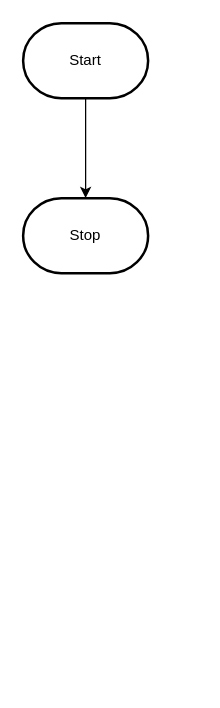
The draw.io diagram design/flowchart.drawio in MTHS-ICD2O-1-2023/ICD2O-Unit-3-03-Adam-Batiuk, before the edit. Source tidied: cells renumbered, new cells numbered last; positions are measured from the earlier drawing's top-left corner, leaving out a move shared by most shapes. Both pictures are drawn from the tidied source at 125%, with x=0, y=0 at pixel (22, 22).
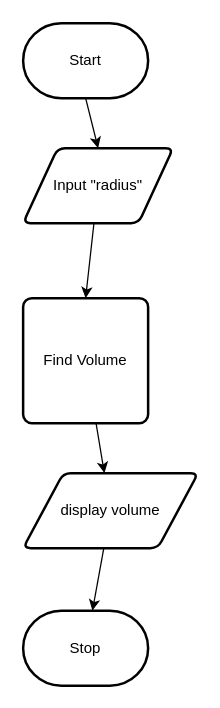
The same diagram, later.

Diff of the diagram source:
```diff
@@
 <mxGraphModel>
   <root>
     <mxCell id="0" />
     <mxCell id="1" parent="0" />
-    <mxCell id="2" style="edgeStyle=orthogonalEdgeStyle;html=1;rounded=0;" parent="1" edge="1" source="3" target="4">
-      <mxGeometry relative="1" as="geometry" />
-    </mxCell>
+    <mxCell id="5" style="edgeStyle=none;html=1;exitX=0.5;exitY=1;exitDx=0;exitDy=0;exitPerimeter=0;entryX=0.5;entryY=0;entryDx=0;entryDy=0;" parent="1" edge="1" source="3" target="7">
+      <mxGeometry relative="1" as="geometry" />
+    </mxCell>
     <mxCell id="3" value="Start" style="strokeWidth=2;html=1;shape=mxgraph.flowchart.terminator;whiteSpace=wrap;" parent="1" vertex="1">
       <mxGeometry width="100" height="60" as="geometry" />
     </mxCell>
     <mxCell id="4" value="Stop" style="strokeWidth=2;html=1;shape=mxgraph.flowchart.terminator;whiteSpace=wrap;" parent="1" vertex="1">
-      <mxGeometry y="140" width="100" height="60" as="geometry" />
+      <mxGeometry y="470" width="100" height="60" as="geometry" />
     </mxCell>
+    <mxCell id="6" style="edgeStyle=none;html=1;entryX=0.5;entryY=0;entryDx=0;entryDy=0;" parent="1" edge="1" source="7" target="9">
+      <mxGeometry relative="1" as="geometry" />
+    </mxCell>
+    <mxCell id="7" value="Input &quot;radius&quot;" style="shape=parallelogram;html=1;strokeWidth=2;perimeter=parallelogramPerimeter;whiteSpace=wrap;rounded=1;arcSize=12;size=0.23;" parent="1" vertex="1">
+      <mxGeometry y="100" width="120" height="60" as="geometry" />
+    </mxCell>
+    <mxCell id="8" style="edgeStyle=none;html=1;" parent="1" edge="1" source="9" target="11">
+      <mxGeometry relative="1" as="geometry" />
+    </mxCell>
+    <mxCell id="9" value="Find Volume" style="rounded=1;whiteSpace=wrap;html=1;absoluteArcSize=1;arcSize=14;strokeWidth=2;" parent="1" vertex="1">
+      <mxGeometry y="220" width="100" height="100" as="geometry" />
+    </mxCell>
+    <mxCell id="10" style="edgeStyle=none;html=1;" parent="1" edge="1" source="11" target="4">
+      <mxGeometry relative="1" as="geometry" />
+    </mxCell>
+    <mxCell id="11" value="display volume" style="shape=parallelogram;html=1;strokeWidth=2;perimeter=parallelogramPerimeter;whiteSpace=wrap;rounded=1;arcSize=12;size=0.23;" parent="1" vertex="1">
+      <mxGeometry y="360" width="140" height="60" as="geometry" />
+    </mxCell>
   </root>
 </mxGraphModel>
```
